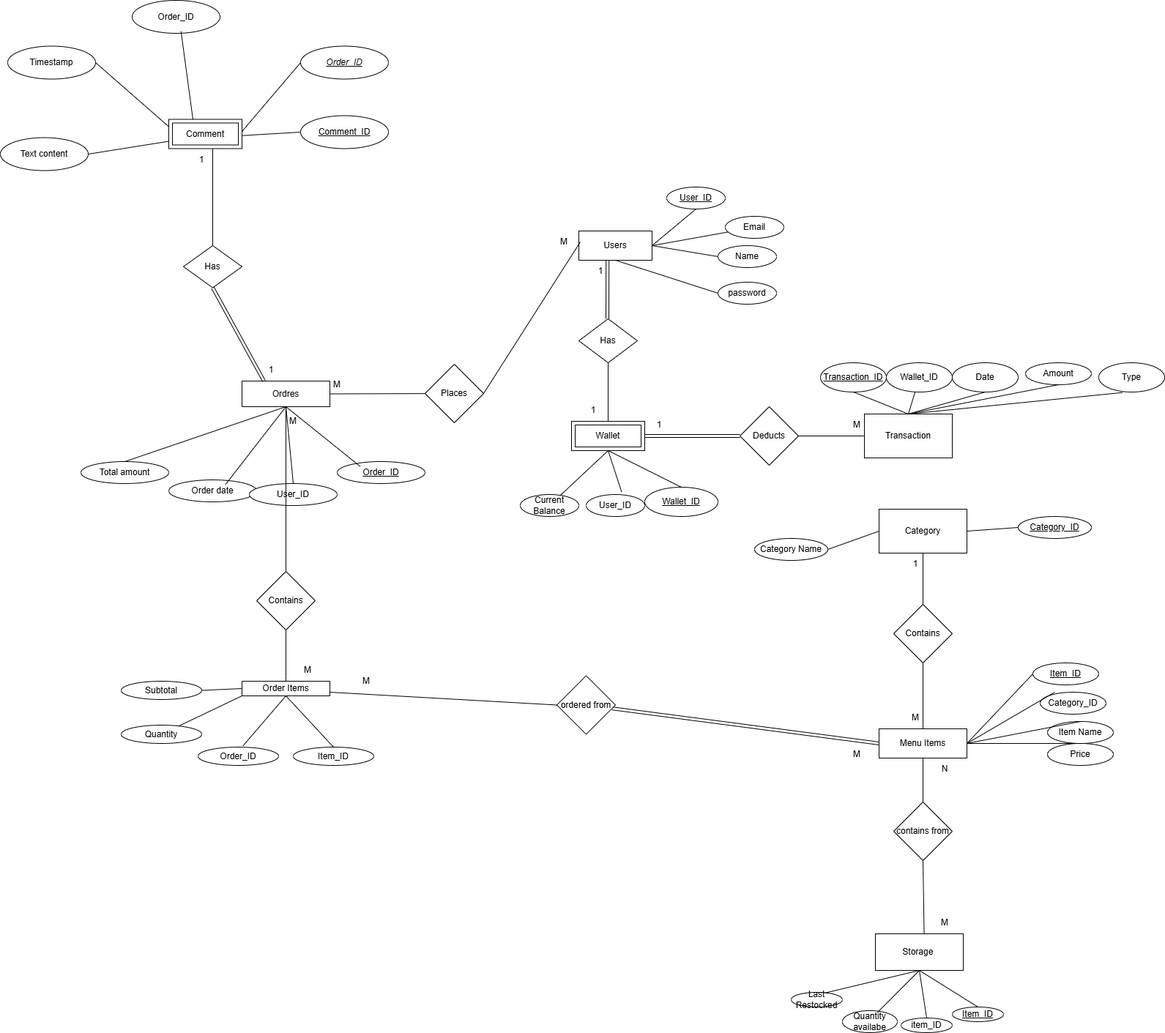
Earlier version of the draw.io export _Design/Diagrams/ERD/Images/ERD_PNG.png (joewaleed/Cafeteria-Project_2.0). Source tidied: cells renumbered, new cells last; positions are measured from the earlier drawing's top-left corner, leaving out a move shared by most shapes.
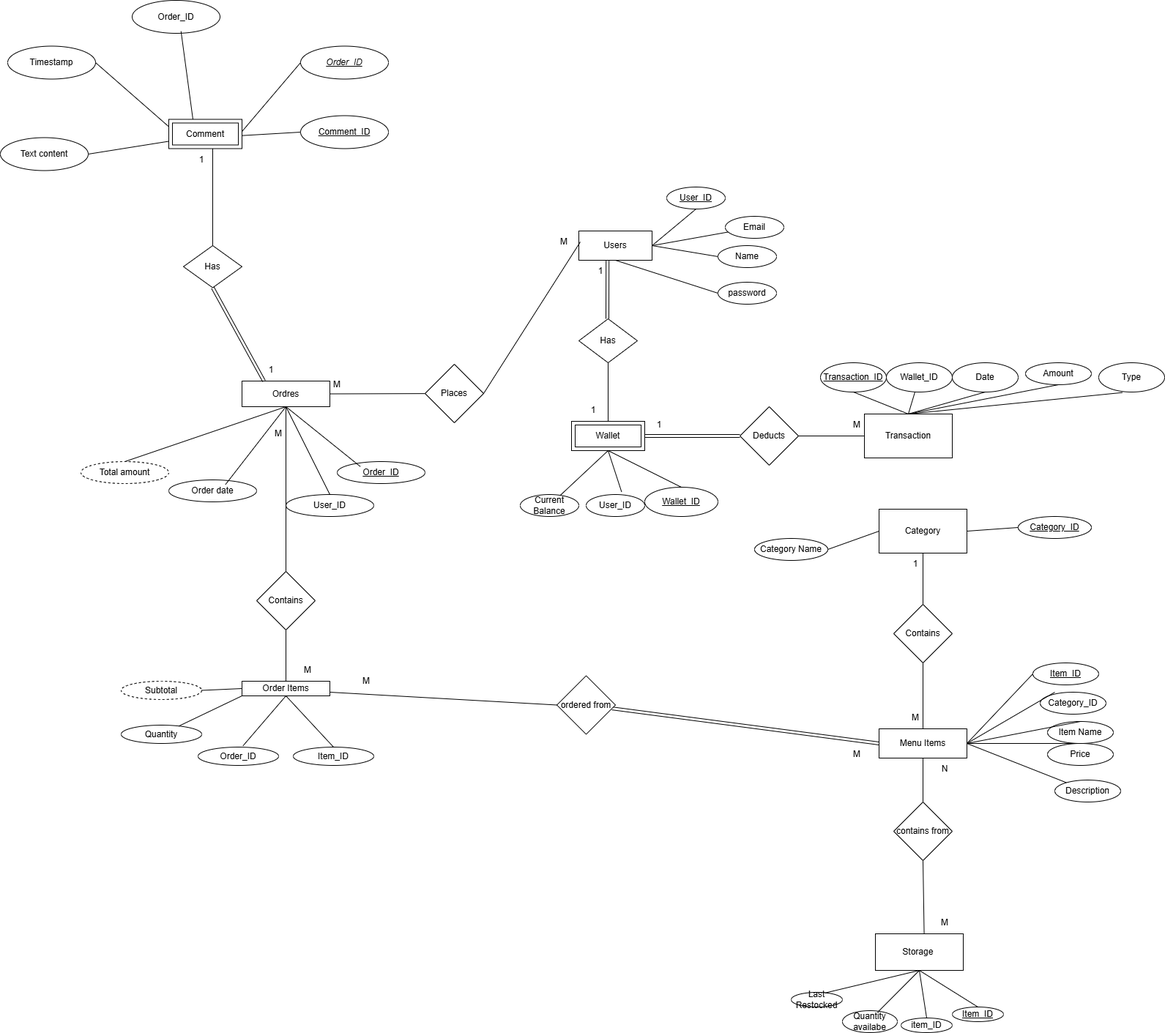
The same file after the commit.

Change to the diagram source:
```diff
@@ -237,9 +237,9 @@
       <mxGeometry x="230" y="655" width="120" height="30" as="geometry" />
     </mxCell>
     <mxCell id="71" value="User_ID" style="ellipse;whiteSpace=wrap;html=1;" parent="1" vertex="1">
-      <mxGeometry x="340" y="660" width="120" height="30" as="geometry" />
+      <mxGeometry x="390" y="675" width="120" height="30" as="geometry" />
     </mxCell>
-    <mxCell id="72" value="Total amount" style="ellipse;whiteSpace=wrap;html=1;" parent="1" vertex="1">
+    <mxCell id="72" value="Total amount" style="ellipse;whiteSpace=wrap;html=1;dashed=1;" parent="1" vertex="1">
       <mxGeometry x="110" y="630" width="120" height="30" as="geometry" />
     </mxCell>
     <mxCell id="73" value="&lt;u&gt;Order_ID&lt;/u&gt;" style="ellipse;whiteSpace=wrap;html=1;" parent="1" vertex="1">
@@ -285,7 +285,7 @@
       <mxGeometry x="390" y="900" width="60" height="30" as="geometry" />
     </mxCell>
     <mxCell id="87" value="M" style="text;html=1;whiteSpace=wrap;strokeColor=none;fillColor=none;align=center;verticalAlign=middle;rounded=0;" parent="1" vertex="1">
-      <mxGeometry x="370" y="560" width="60" height="30" as="geometry" />
+      <mxGeometry x="350" y="577" width="60" height="30" as="geometry" />
     </mxCell>
     <mxCell id="88" value="Item_ID" style="ellipse;whiteSpace=wrap;html=1;" parent="1" vertex="1">
       <mxGeometry x="400" y="1020" width="110" height="25" as="geometry" />
@@ -293,7 +293,7 @@
     <mxCell id="89" value="Quantity" style="ellipse;whiteSpace=wrap;html=1;" parent="1" vertex="1">
       <mxGeometry x="165" y="990" width="110" height="25" as="geometry" />
     </mxCell>
-    <mxCell id="90" value="Subtotal" style="ellipse;whiteSpace=wrap;html=1;" parent="1" vertex="1">
+    <mxCell id="90" value="Subtotal" style="ellipse;whiteSpace=wrap;html=1;dashed=1;" parent="1" vertex="1">
       <mxGeometry x="165" y="930" width="110" height="25" as="geometry" />
     </mxCell>
     <mxCell id="91" value="Order_ID" style="ellipse;whiteSpace=wrap;html=1;" parent="1" vertex="1">
@@ -398,5 +398,11 @@
     <mxCell id="122" value="Comment" style="shape=ext;margin=3;double=1;whiteSpace=wrap;html=1;align=center;" parent="1" vertex="1">
       <mxGeometry x="230" y="162.5" width="100" height="40" as="geometry" />
     </mxCell>
+    <mxCell id="123" style="rounded=0;jettySize=auto;html=1;entryX=1;entryY=0.5;entryDx=0;entryDy=0;endArrow=none;endFill=0;" parent="1" edge="1" source="124" target="48">
+      <mxGeometry relative="1" as="geometry" />
+    </mxCell>
+    <mxCell id="124" value="Description" style="ellipse;whiteSpace=wrap;html=1;" parent="1" vertex="1">
+      <mxGeometry x="1440" y="1065" width="90" height="30" as="geometry" />
+    </mxCell>
   </root>
 </mxGraphModel>
```
